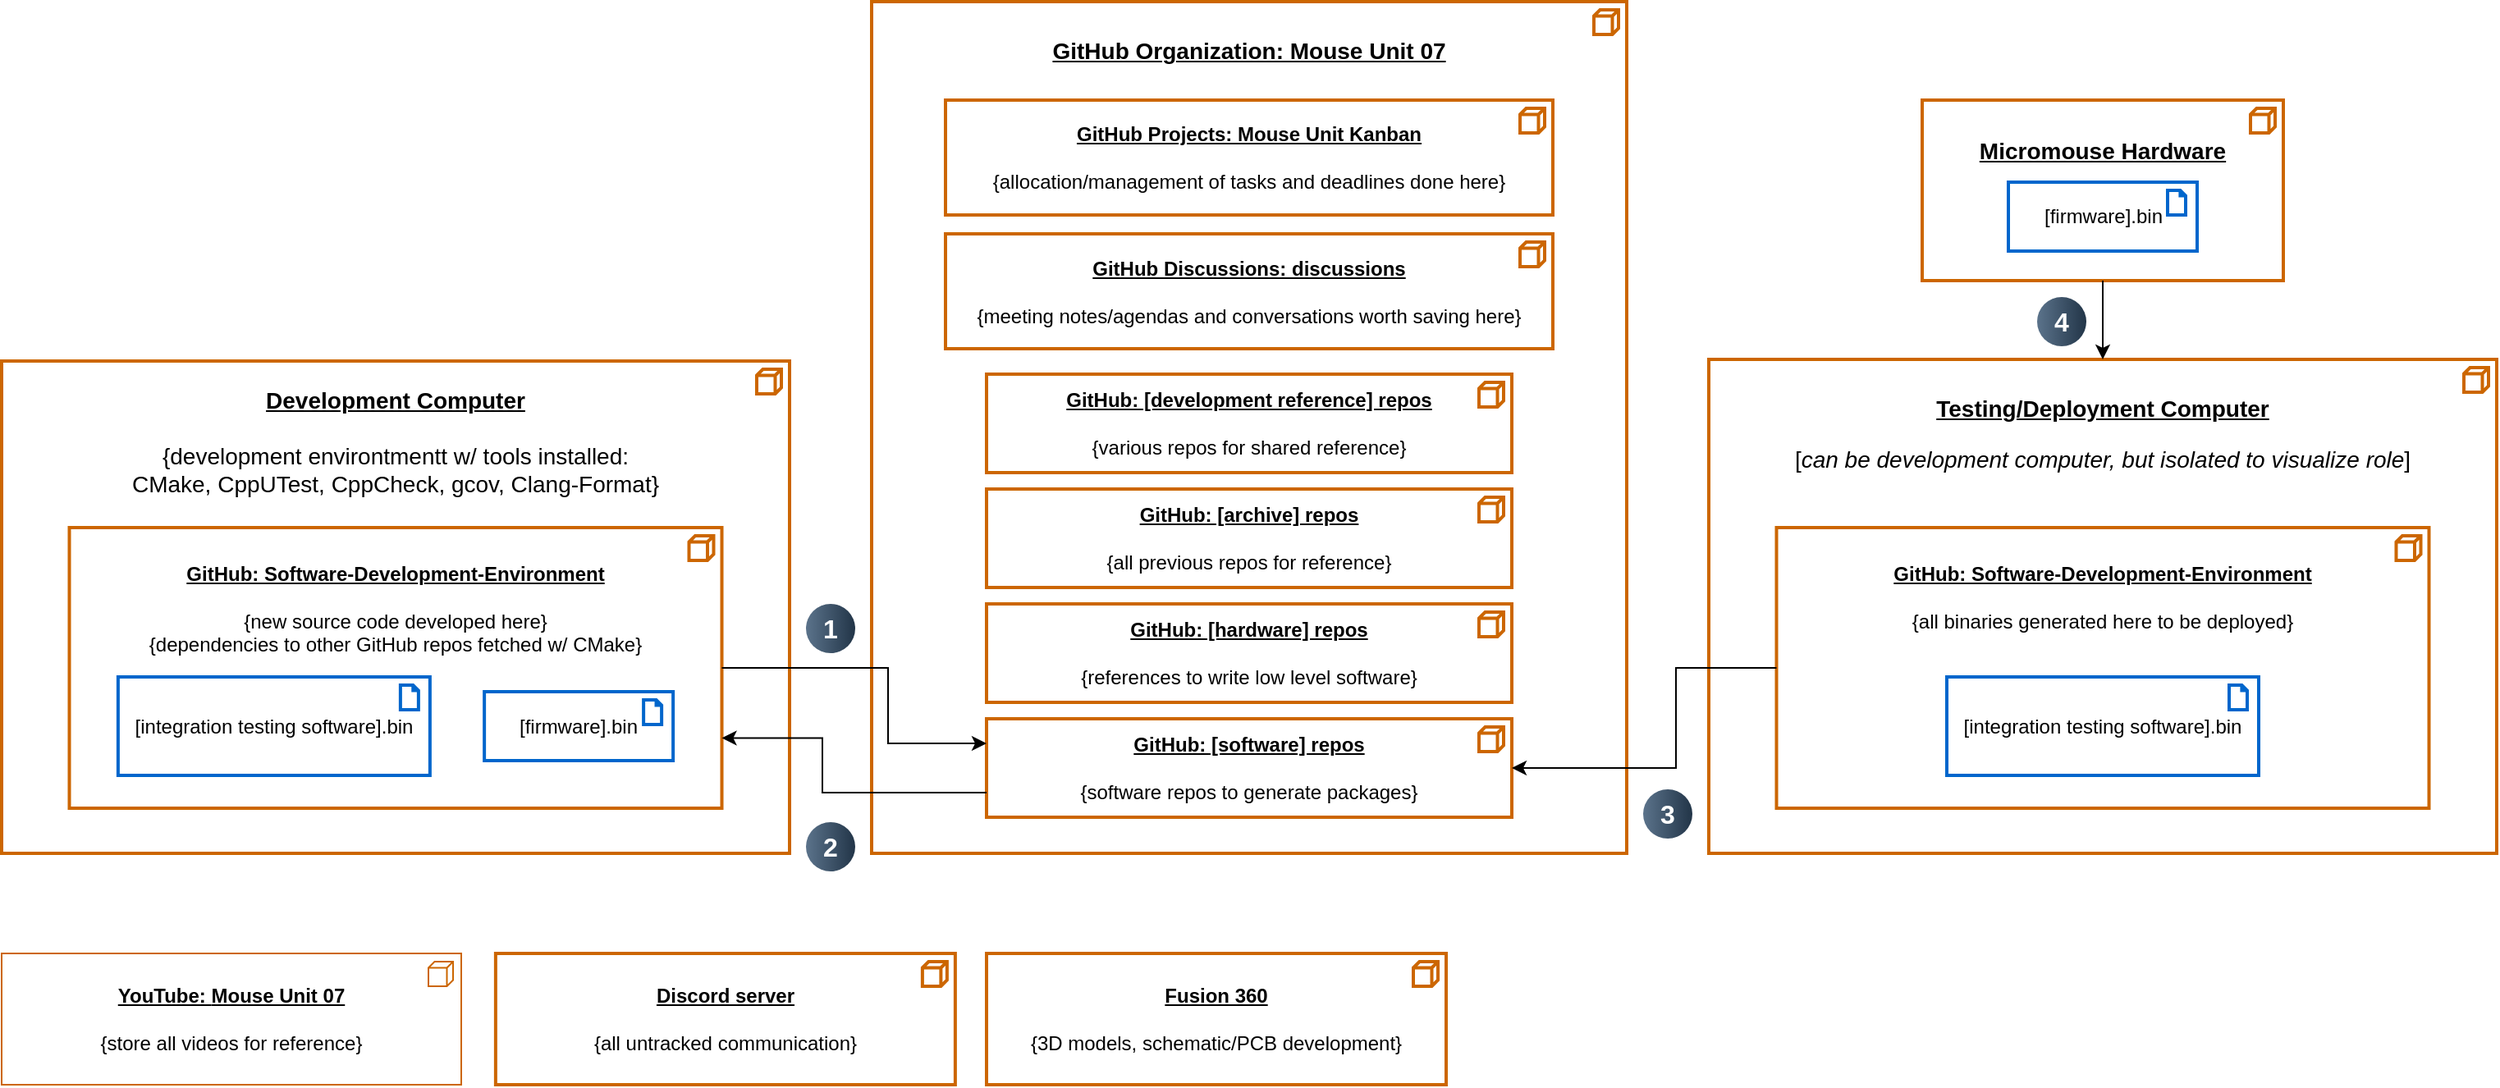
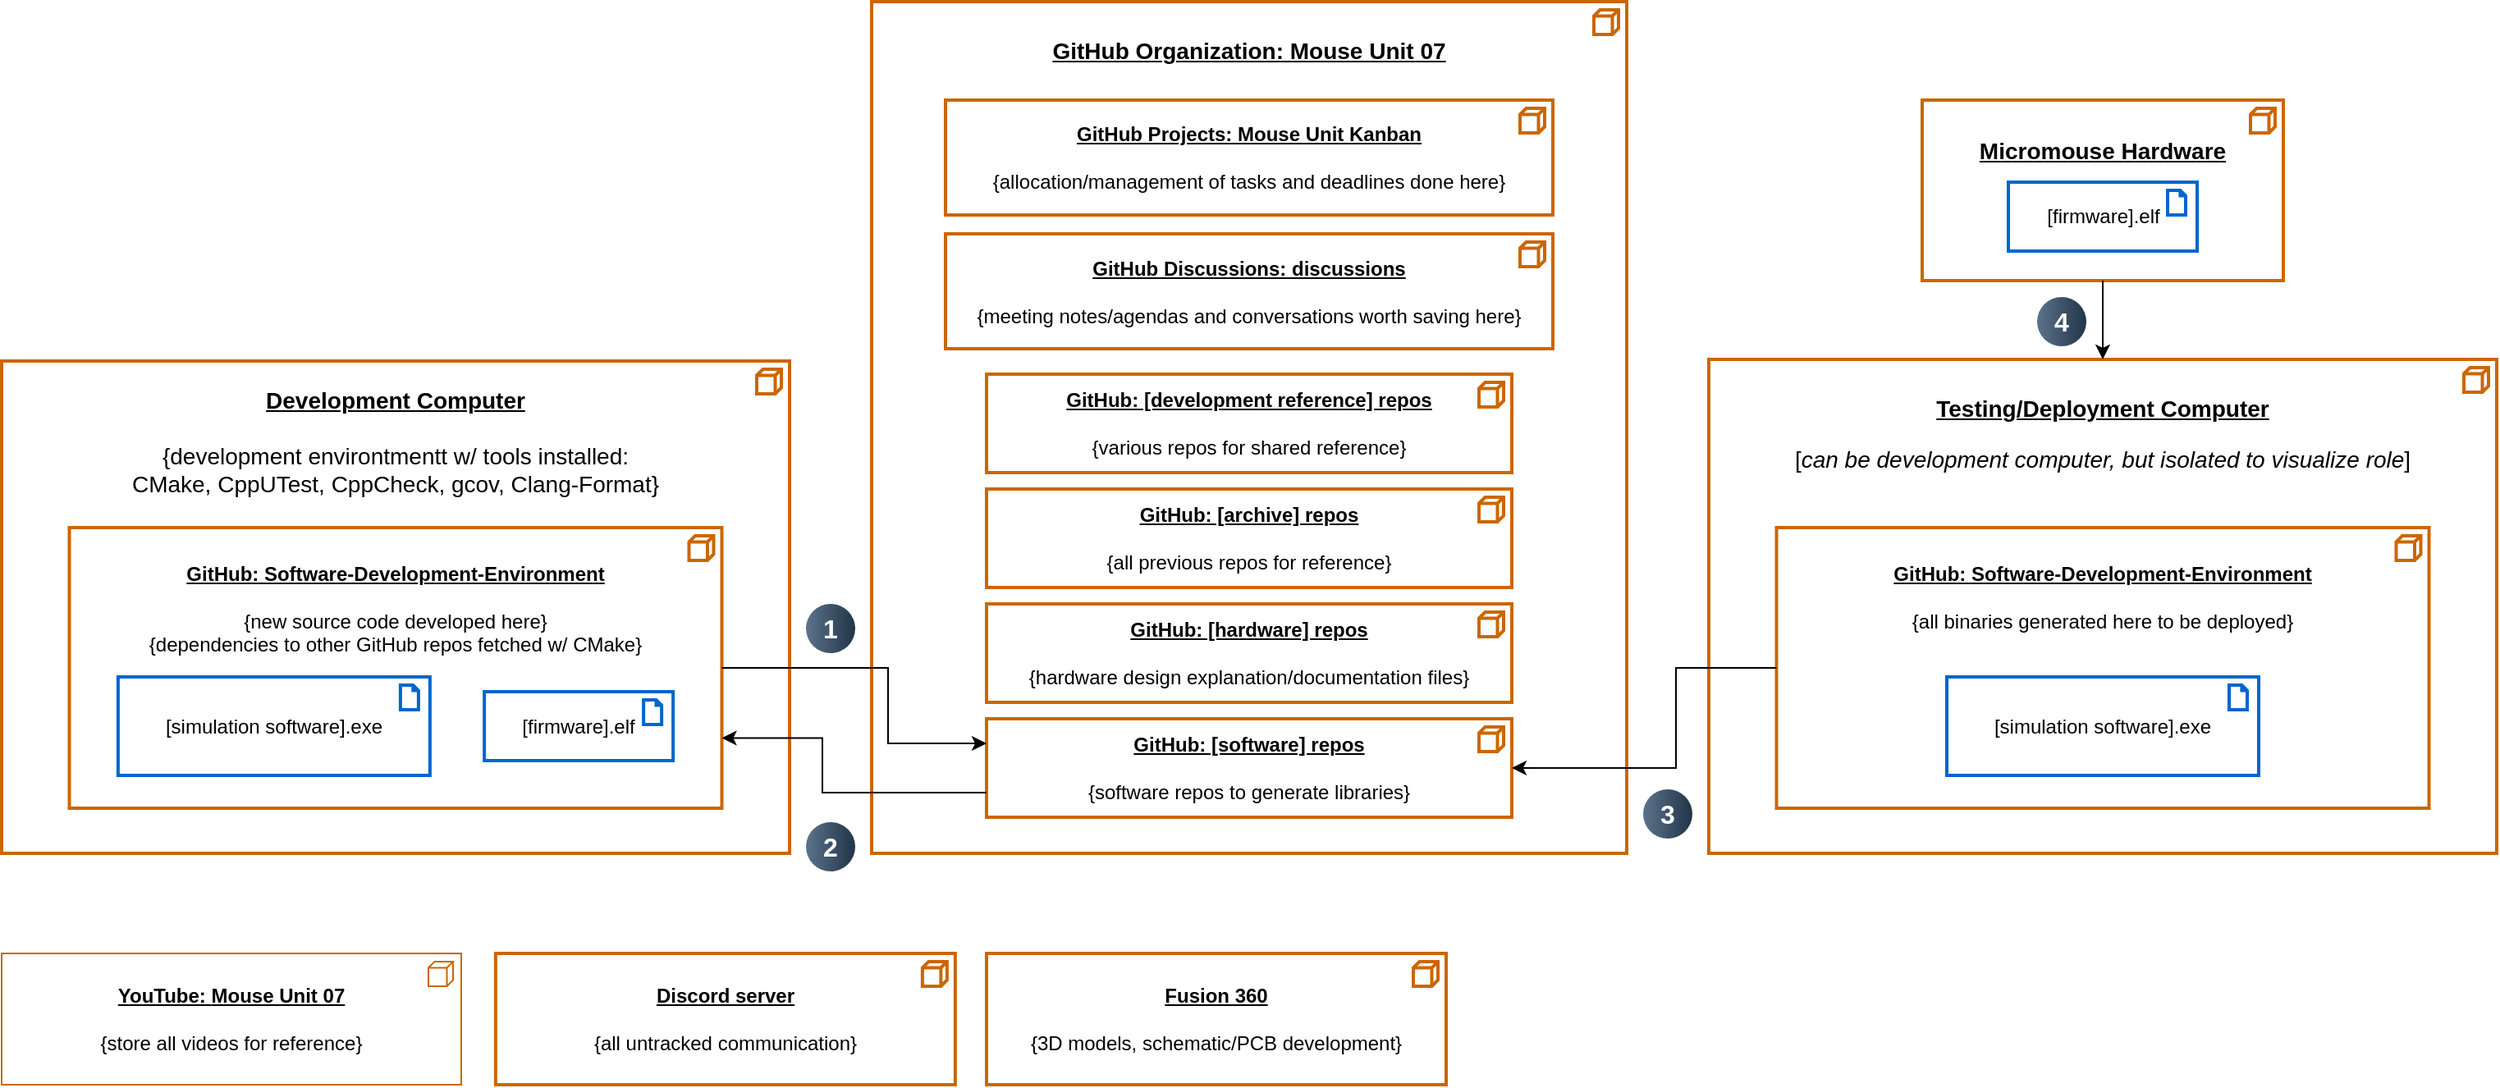
- <mxfile host="Electron" agent="Mozilla/5.0 (Windows NT 10.0; Win64; x64) AppleWebKit/537.36 (KHTML, like Gecko) draw.io/29.3.0 Chrome/140.0.7339.249 Electron/38.7.2 Safari/537.36" version="29.3.0">
+ <mxfile host="Electron" agent="Mozilla/5.0 (Windows NT 10.0; Win64; x64) AppleWebKit/537.36 (KHTML, like Gecko) draw.io/29.3.0 Chrome/140.0.7339.249 Electron/38.7.2 Safari/537.36">
  <diagram name="Page-1" id="e9XtBL2jhPyyOtfbMZeg">
-     <mxGraphModel dx="1303" dy="783" grid="1" gridSize="10" guides="1" tooltips="1" connect="1" arrows="1" fold="1" page="1" pageScale="1" pageWidth="850" pageHeight="1100" math="0" shadow="0">
+     <mxGraphModel dx="1288" dy="783" grid="1" gridSize="10" guides="1" tooltips="1" connect="1" arrows="1" fold="1" page="1" pageScale="1" pageWidth="850" pageHeight="1100" math="0" shadow="0">
      <root>
        <mxCell id="0" />
        <mxCell id="1" parent="0" />
        <mxCell id="EkDYPHhw-KNSJjigWxGY-2" parent="1" style="html=1;outlineConnect=0;whiteSpace=wrap;fillColor=none;shape=mxgraph.archimate.application;appType=node;align=center;strokeColor=#CC6600;strokeWidth=2;" value="&lt;div style=&quot;&quot;&gt;&lt;b style=&quot;background-color: transparent; color: light-dark(rgb(0, 0, 0), rgb(255, 255, 255));&quot;&gt;&lt;u&gt;&lt;font style=&quot;font-size: 14px;&quot;&gt;GitHub Organization: Mouse Unit 07&lt;/font&gt;&lt;/u&gt;&lt;/b&gt;&lt;/div&gt;&lt;blockquote style=&quot;margin: 0 0 0 40px; border: none; padding: 0px;&quot;&gt;&lt;blockquote style=&quot;margin: 0px 0px 0px 40px; border: none; padding: 0px;&quot;&gt;&lt;b&gt;&lt;u&gt;&lt;br&gt;&lt;/u&gt;&lt;/b&gt;&lt;/blockquote&gt;&lt;blockquote style=&quot;margin: 0 0 0 40px; border: none; padding: 0px;&quot;&gt;&lt;b&gt;&lt;u&gt;&lt;br&gt;&lt;/u&gt;&lt;/b&gt;&lt;/blockquote&gt;&lt;blockquote style=&quot;margin: 0 0 0 40px; border: none; padding: 0px;&quot;&gt;&lt;b&gt;&lt;u&gt;&lt;br&gt;&lt;/u&gt;&lt;/b&gt;&lt;/blockquote&gt;&lt;blockquote style=&quot;margin: 0 0 0 40px; border: none; padding: 0px;&quot;&gt;&lt;b&gt;&lt;u&gt;&lt;br&gt;&lt;/u&gt;&lt;/b&gt;&lt;/blockquote&gt;&lt;blockquote style=&quot;margin: 0 0 0 40px; border: none; padding: 0px;&quot;&gt;&lt;b&gt;&lt;u&gt;&lt;br&gt;&lt;/u&gt;&lt;/b&gt;&lt;/blockquote&gt;&lt;blockquote style=&quot;margin: 0 0 0 40px; border: none; padding: 0px;&quot;&gt;&lt;b&gt;&lt;u&gt;&lt;br&gt;&lt;/u&gt;&lt;/b&gt;&lt;/blockquote&gt;&lt;blockquote style=&quot;margin: 0 0 0 40px; border: none; padding: 0px;&quot;&gt;&lt;b&gt;&lt;u&gt;&lt;br&gt;&lt;/u&gt;&lt;/b&gt;&lt;/blockquote&gt;&lt;blockquote style=&quot;margin: 0 0 0 40px; border: none; padding: 0px;&quot;&gt;&lt;br&gt;&lt;/blockquote&gt;&lt;blockquote style=&quot;margin: 0 0 0 40px; border: none; padding: 0px;&quot;&gt;&lt;b&gt;&lt;u&gt;&lt;br&gt;&lt;/u&gt;&lt;/b&gt;&lt;/blockquote&gt;&lt;blockquote style=&quot;margin: 0 0 0 40px; border: none; padding: 0px;&quot;&gt;&lt;b&gt;&lt;u&gt;&lt;br&gt;&lt;/u&gt;&lt;/b&gt;&lt;/blockquote&gt;&lt;blockquote style=&quot;margin: 0 0 0 40px; border: none; padding: 0px;&quot;&gt;&lt;b&gt;&lt;u&gt;&lt;br&gt;&lt;/u&gt;&lt;/b&gt;&lt;/blockquote&gt;&lt;blockquote style=&quot;margin: 0 0 0 40px; border: none; padding: 0px;&quot;&gt;&lt;b&gt;&lt;u&gt;&lt;br&gt;&lt;/u&gt;&lt;/b&gt;&lt;/blockquote&gt;&lt;blockquote style=&quot;margin: 0 0 0 40px; border: none; padding: 0px;&quot;&gt;&lt;b&gt;&lt;u&gt;&lt;br&gt;&lt;/u&gt;&lt;/b&gt;&lt;/blockquote&gt;&lt;blockquote style=&quot;margin: 0 0 0 40px; border: none; padding: 0px;&quot;&gt;&lt;b&gt;&lt;u&gt;&lt;br&gt;&lt;/u&gt;&lt;/b&gt;&lt;/blockquote&gt;&lt;blockquote style=&quot;margin: 0 0 0 40px; border: none; padding: 0px;&quot;&gt;&lt;b&gt;&lt;u&gt;&lt;br&gt;&lt;/u&gt;&lt;/b&gt;&lt;/blockquote&gt;&lt;blockquote style=&quot;margin: 0 0 0 40px; border: none; padding: 0px;&quot;&gt;&lt;b&gt;&lt;u&gt;&lt;br&gt;&lt;/u&gt;&lt;/b&gt;&lt;/blockquote&gt;&lt;blockquote style=&quot;margin: 0 0 0 40px; border: none; padding: 0px;&quot;&gt;&lt;b&gt;&lt;u&gt;&lt;br&gt;&lt;/u&gt;&lt;/b&gt;&lt;/blockquote&gt;&lt;blockquote style=&quot;margin: 0 0 0 40px; border: none; padding: 0px;&quot;&gt;&lt;b&gt;&lt;u&gt;&lt;br&gt;&lt;/u&gt;&lt;/b&gt;&lt;/blockquote&gt;&lt;blockquote style=&quot;margin: 0 0 0 40px; border: none; padding: 0px;&quot;&gt;&lt;b&gt;&lt;u&gt;&lt;br&gt;&lt;/u&gt;&lt;/b&gt;&lt;/blockquote&gt;&lt;blockquote style=&quot;margin: 0 0 0 40px; border: none; padding: 0px;&quot;&gt;&lt;b&gt;&lt;u&gt;&lt;br&gt;&lt;/u&gt;&lt;/b&gt;&lt;/blockquote&gt;&lt;blockquote style=&quot;margin: 0 0 0 40px; border: none; padding: 0px;&quot;&gt;&lt;b&gt;&lt;u&gt;&lt;br&gt;&lt;/u&gt;&lt;/b&gt;&lt;/blockquote&gt;&lt;blockquote style=&quot;margin: 0 0 0 40px; border: none; padding: 0px;&quot;&gt;&lt;b&gt;&lt;u&gt;&lt;br&gt;&lt;/u&gt;&lt;/b&gt;&lt;/blockquote&gt;&lt;blockquote style=&quot;margin: 0 0 0 40px; border: none; padding: 0px;&quot;&gt;&lt;b&gt;&lt;u&gt;&lt;br&gt;&lt;/u&gt;&lt;/b&gt;&lt;/blockquote&gt;&lt;blockquote style=&quot;margin: 0 0 0 40px; border: none; padding: 0px;&quot;&gt;&lt;b&gt;&lt;u&gt;&lt;br&gt;&lt;/u&gt;&lt;/b&gt;&lt;/blockquote&gt;&lt;blockquote style=&quot;margin: 0 0 0 40px; border: none; padding: 0px;&quot;&gt;&lt;b&gt;&lt;u&gt;&lt;br&gt;&lt;/u&gt;&lt;/b&gt;&lt;/blockquote&gt;&lt;blockquote style=&quot;margin: 0 0 0 40px; border: none; padding: 0px;&quot;&gt;&lt;b&gt;&lt;u&gt;&lt;br&gt;&lt;/u&gt;&lt;/b&gt;&lt;/blockquote&gt;&lt;blockquote style=&quot;margin: 0 0 0 40px; border: none; padding: 0px;&quot;&gt;&lt;b&gt;&lt;u&gt;&lt;br&gt;&lt;/u&gt;&lt;/b&gt;&lt;/blockquote&gt;&lt;blockquote style=&quot;margin: 0 0 0 40px; border: none; padding: 0px;&quot;&gt;&lt;b&gt;&lt;u&gt;&lt;br&gt;&lt;/u&gt;&lt;/b&gt;&lt;/blockquote&gt;&lt;blockquote style=&quot;margin: 0 0 0 40px; border: none; padding: 0px;&quot;&gt;&lt;b&gt;&lt;u&gt;&lt;br&gt;&lt;/u&gt;&lt;/b&gt;&lt;/blockquote&gt;&lt;blockquote style=&quot;margin: 0 0 0 40px; border: none; padding: 0px;&quot;&gt;&lt;b&gt;&lt;u&gt;&lt;br&gt;&lt;/u&gt;&lt;/b&gt;&lt;/blockquote&gt;&lt;blockquote style=&quot;margin: 0 0 0 40px; border: none; padding: 0px;&quot;&gt;&lt;b&gt;&lt;u&gt;&lt;br&gt;&lt;/u&gt;&lt;/b&gt;&lt;/blockquote&gt;&lt;blockquote style=&quot;margin: 0 0 0 40px; border: none; padding: 0px;&quot;&gt;&lt;br&gt;&lt;/blockquote&gt;&lt;/blockquote&gt;" vertex="1">
          <mxGeometry height="519" width="460" x="590" y="90" as="geometry" />
        </mxCell>
        <mxCell id="EkDYPHhw-KNSJjigWxGY-4" parent="1" style="html=1;outlineConnect=0;whiteSpace=wrap;fillColor=none;shape=mxgraph.archimate.application;appType=node;align=center;strokeColor=#CC6600;strokeWidth=2;" value="&lt;b&gt;&lt;u&gt;GitHub Projects: Mouse Unit Kanban&lt;/u&gt;&lt;/b&gt;&lt;b&gt;&lt;u&gt;&lt;br&gt;&lt;/u&gt;&lt;/b&gt;&lt;span style=&quot;background-color: transparent; color: light-dark(rgb(0, 0, 0), rgb(255, 255, 255));&quot;&gt;&lt;br&gt;{allocation/management of tasks and deadlines done here}&lt;/span&gt;" vertex="1">
          <mxGeometry height="70" width="370" x="635" y="150" as="geometry" />
        </mxCell>
-         <mxCell id="ZBorQev55Vk7wjFXjuuA-1" parent="1" style="html=1;outlineConnect=0;whiteSpace=wrap;fillColor=none;shape=mxgraph.archimate.application;appType=node;align=center;strokeColor=#CC6600;strokeWidth=2;" value="&lt;b&gt;&lt;u&gt;GitHub: [software] repos&lt;br&gt;&lt;/u&gt;&lt;/b&gt;&lt;br&gt;&lt;span style=&quot;background-color: transparent; color: light-dark(rgb(0, 0, 0), rgb(255, 255, 255));&quot;&gt;{software repos to generate packages}&lt;/span&gt;" vertex="1">
+         <mxCell id="ZBorQev55Vk7wjFXjuuA-1" parent="1" style="html=1;outlineConnect=0;whiteSpace=wrap;fillColor=none;shape=mxgraph.archimate.application;appType=node;align=center;strokeColor=#CC6600;strokeWidth=2;" value="&lt;b&gt;&lt;u&gt;GitHub: [software] repos&lt;br&gt;&lt;/u&gt;&lt;/b&gt;&lt;br&gt;&lt;span style=&quot;background-color: transparent; color: light-dark(rgb(0, 0, 0), rgb(255, 255, 255));&quot;&gt;{software repos to generate libraries}&lt;/span&gt;" vertex="1">
          <mxGeometry height="60" width="320" x="660" y="527" as="geometry" />
        </mxCell>
        <mxCell id="ZBorQev55Vk7wjFXjuuA-5" parent="1" style="html=1;outlineConnect=0;whiteSpace=wrap;fillColor=none;shape=mxgraph.archimate.application;appType=node;align=center;strokeColor=#CC6600;strokeWidth=2;" value="&lt;b&gt;&lt;u&gt;GitHub: [development reference] repos&lt;/u&gt;&lt;/b&gt;&lt;div&gt;&lt;br&gt;&lt;span style=&quot;background-color: transparent; color: light-dark(rgb(0, 0, 0), rgb(255, 255, 255));&quot;&gt;{various repos for shared reference}&lt;/span&gt;&lt;/div&gt;" vertex="1">
          <mxGeometry height="60" width="320" x="660" y="317" as="geometry" />
        </mxCell>
-         <mxCell id="ZBorQev55Vk7wjFXjuuA-6" parent="1" style="html=1;outlineConnect=0;whiteSpace=wrap;fillColor=none;shape=mxgraph.archimate.application;appType=node;align=center;strokeColor=#CC6600;strokeWidth=2;" value="&lt;b&gt;&lt;u&gt;GitHub: [hardware] repos&lt;br&gt;&lt;/u&gt;&lt;/b&gt;&lt;br&gt;&lt;span style=&quot;background-color: transparent; color: light-dark(rgb(0, 0, 0), rgb(255, 255, 255));&quot;&gt;{references to write low level software}&lt;/span&gt;" vertex="1">
+         <mxCell id="ZBorQev55Vk7wjFXjuuA-6" parent="1" style="html=1;outlineConnect=0;whiteSpace=wrap;fillColor=none;shape=mxgraph.archimate.application;appType=node;align=center;strokeColor=#CC6600;strokeWidth=2;" value="&lt;b&gt;&lt;u&gt;GitHub: [hardware] repos&lt;br&gt;&lt;/u&gt;&lt;/b&gt;&lt;br&gt;&lt;span style=&quot;background-color: transparent; color: light-dark(rgb(0, 0, 0), rgb(255, 255, 255));&quot;&gt;{hardware design explanation/documentation files}&lt;/span&gt;" vertex="1">
          <mxGeometry height="60" width="320" x="660" y="457" as="geometry" />
        </mxCell>
        <mxCell id="ZBorQev55Vk7wjFXjuuA-7" parent="1" style="html=1;outlineConnect=0;whiteSpace=wrap;fillColor=none;shape=mxgraph.archimate.application;appType=node;align=center;strokeColor=#CC6600;strokeWidth=2;" value="&lt;b&gt;&lt;u&gt;GitHub: [archive] repos&lt;br&gt;&lt;/u&gt;&lt;/b&gt;&lt;br&gt;&lt;span style=&quot;background-color: transparent; color: light-dark(rgb(0, 0, 0), rgb(255, 255, 255));&quot;&gt;{all previous repos for reference}&lt;/span&gt;" vertex="1">
          <mxGeometry height="60" width="320" x="660" y="387" as="geometry" />
        </mxCell>
        <mxCell id="ZBorQev55Vk7wjFXjuuA-12" parent="1" style="html=1;outlineConnect=0;whiteSpace=wrap;fillColor=none;shape=mxgraph.archimate.application;appType=node;align=center;strokeColor=#CC6600;strokeWidth=2;" value="&lt;span style=&quot;font-size: 14px;&quot;&gt;&lt;b&gt;&lt;u&gt;Development Computer&lt;/u&gt;&lt;/b&gt;&lt;/span&gt;&lt;div&gt;&lt;span style=&quot;font-size: 14px;&quot;&gt;&lt;b&gt;&lt;u&gt;&lt;br&gt;&lt;/u&gt;&lt;/b&gt;&lt;/span&gt;&lt;div&gt;&lt;div&gt;&lt;font style=&quot;font-size: 14px;&quot;&gt;&lt;span style=&quot;background-color: transparent; color: light-dark(rgb(0, 0, 0), rgb(255, 255, 255));&quot;&gt;{development environtmentt w/ tools&amp;nbsp;&lt;/span&gt;&lt;span style=&quot;background-color: transparent; color: light-dark(rgb(0, 0, 0), rgb(255, 255, 255));&quot;&gt;installed&lt;/span&gt;&lt;span style=&quot;background-color: transparent; color: light-dark(rgb(0, 0, 0), rgb(255, 255, 255));&quot;&gt;:&lt;/span&gt;&lt;/font&gt;&lt;/div&gt;&lt;div&gt;&lt;span style=&quot;background-color: transparent; color: light-dark(rgb(0, 0, 0), rgb(255, 255, 255));&quot;&gt;&lt;font style=&quot;font-size: 14px;&quot;&gt;CMake, CppUTest, CppCheck, gcov, Clang-Format}&lt;/font&gt;&lt;/span&gt;&lt;/div&gt;&lt;div&gt;&lt;br&gt;&lt;/div&gt;&lt;div&gt;&lt;font size=&quot;3&quot;&gt;&lt;br&gt;&lt;/font&gt;&lt;/div&gt;&lt;div&gt;&lt;span style=&quot;font-size: 14px;&quot;&gt;&lt;br&gt;&lt;/span&gt;&lt;/div&gt;&lt;div&gt;&lt;span style=&quot;font-size: 14px;&quot;&gt;&lt;br&gt;&lt;/span&gt;&lt;/div&gt;&lt;div&gt;&lt;span style=&quot;font-size: 14px;&quot;&gt;&lt;br&gt;&lt;/span&gt;&lt;/div&gt;&lt;div&gt;&lt;span style=&quot;font-size: 14px;&quot;&gt;&lt;br&gt;&lt;/span&gt;&lt;/div&gt;&lt;div&gt;&lt;span style=&quot;font-size: 14px;&quot;&gt;&lt;br&gt;&lt;/span&gt;&lt;/div&gt;&lt;div&gt;&lt;span style=&quot;font-size: 14px;&quot;&gt;&lt;br&gt;&lt;/span&gt;&lt;/div&gt;&lt;div&gt;&lt;span style=&quot;font-size: 14px;&quot;&gt;&lt;br&gt;&lt;/span&gt;&lt;/div&gt;&lt;div&gt;&lt;span style=&quot;font-size: 14px;&quot;&gt;&lt;br&gt;&lt;/span&gt;&lt;/div&gt;&lt;div&gt;&lt;span style=&quot;font-size: 14px;&quot;&gt;&lt;br&gt;&lt;/span&gt;&lt;/div&gt;&lt;div&gt;&lt;span style=&quot;font-size: 14px;&quot;&gt;&lt;br&gt;&lt;/span&gt;&lt;/div&gt;&lt;/div&gt;&lt;/div&gt;" vertex="1">
          <mxGeometry height="300" width="480" x="60" y="309" as="geometry" />
        </mxCell>
        <mxCell id="ZBorQev55Vk7wjFXjuuA-14" parent="1" style="html=1;outlineConnect=0;whiteSpace=wrap;fillColor=none;shape=mxgraph.archimate.application;appType=node;align=center;strokeColor=#CC6600;strokeWidth=2;" value="&lt;span style=&quot;font-size: 14px;&quot;&gt;&lt;b&gt;&lt;u&gt;Micromouse Hardware&lt;/u&gt;&lt;/b&gt;&lt;/span&gt;&lt;div&gt;&lt;span style=&quot;font-size: 14px; background-color: transparent; color: light-dark(rgb(0, 0, 0), rgb(255, 255, 255));&quot;&gt;&lt;br&gt;&lt;/span&gt;&lt;/div&gt;&lt;div&gt;&lt;span style=&quot;font-size: 14px; background-color: transparent; color: light-dark(rgb(0, 0, 0), rgb(255, 255, 255));&quot;&gt;&lt;br&gt;&lt;/span&gt;&lt;/div&gt;&lt;div&gt;&lt;br&gt;&lt;/div&gt;" vertex="1">
          <mxGeometry height="110" width="220" x="1230" y="150" as="geometry" />
        </mxCell>
        <mxCell id="ZBorQev55Vk7wjFXjuuA-15" parent="1" style="html=1;outlineConnect=0;whiteSpace=wrap;fillColor=none;shape=mxgraph.archimate.application;appType=node;align=center;strokeColor=#CC6600;strokeWidth=2;" value="&lt;span style=&quot;background-color: transparent; color: light-dark(rgb(0, 0, 0), rgb(255, 255, 255));&quot;&gt;&lt;b&gt;&lt;u&gt;GitHub: Software-Development-Environment&lt;/u&gt;&lt;/b&gt;&lt;/span&gt;&lt;div&gt;&lt;span style=&quot;background-color: transparent; color: light-dark(rgb(0, 0, 0), rgb(255, 255, 255));&quot;&gt;&lt;br&gt;&lt;/span&gt;&lt;font&gt;&lt;span style=&quot;background-color: transparent; color: light-dark(rgb(0, 0, 0), rgb(255, 255, 255));&quot;&gt;{new source code developed here}&lt;/span&gt;&lt;br&gt;&lt;/font&gt;&lt;/div&gt;&lt;div&gt;&lt;span style=&quot;background-color: transparent; color: light-dark(rgb(0, 0, 0), rgb(255, 255, 255));&quot;&gt;{dependencies to other GitHub repos fetched w/ CMake}&lt;/span&gt;&lt;/div&gt;&lt;div&gt;&lt;span style=&quot;background-color: transparent; color: light-dark(rgb(0, 0, 0), rgb(255, 255, 255));&quot;&gt;&lt;br&gt;&lt;/span&gt;&lt;/div&gt;&lt;div&gt;&lt;span style=&quot;background-color: transparent; color: light-dark(rgb(0, 0, 0), rgb(255, 255, 255));&quot;&gt;&lt;br&gt;&lt;/span&gt;&lt;/div&gt;&lt;div&gt;&lt;span style=&quot;background-color: transparent; color: light-dark(rgb(0, 0, 0), rgb(255, 255, 255));&quot;&gt;&lt;br&gt;&lt;/span&gt;&lt;/div&gt;&lt;div&gt;&lt;span style=&quot;background-color: transparent; color: light-dark(rgb(0, 0, 0), rgb(255, 255, 255));&quot;&gt;&lt;br&gt;&lt;/span&gt;&lt;/div&gt;&lt;div&gt;&lt;span style=&quot;background-color: transparent; color: light-dark(rgb(0, 0, 0), rgb(255, 255, 255));&quot;&gt;&lt;br&gt;&lt;/span&gt;&lt;/div&gt;" vertex="1">
          <mxGeometry height="171" width="397.5" x="101.25" y="410.5" as="geometry" />
        </mxCell>
-         <mxCell id="ZBorQev55Vk7wjFXjuuA-17" parent="1" style="html=1;outlineConnect=0;whiteSpace=wrap;fillColor=none;shape=mxgraph.archimate3.application;appType=artifact;archiType=square;strokeColor=#0066CC;strokeWidth=2;" value="[firmware].bin" vertex="1">
+         <mxCell id="ZBorQev55Vk7wjFXjuuA-17" parent="1" style="html=1;outlineConnect=0;whiteSpace=wrap;fillColor=none;shape=mxgraph.archimate3.application;appType=artifact;archiType=square;strokeColor=#0066CC;strokeWidth=2;" value="[firmware].elf" vertex="1">
          <mxGeometry height="42" width="115" x="1282.5" y="200" as="geometry" />
        </mxCell>
-         <mxCell id="ZBorQev55Vk7wjFXjuuA-19" parent="1" style="html=1;outlineConnect=0;whiteSpace=wrap;fillColor=none;shape=mxgraph.archimate3.application;appType=artifact;archiType=square;strokeColor=#0066CC;strokeWidth=2;" value="[integration testing software].bin" vertex="1">
+         <mxCell id="ZBorQev55Vk7wjFXjuuA-19" parent="1" style="html=1;outlineConnect=0;whiteSpace=wrap;fillColor=none;shape=mxgraph.archimate3.application;appType=artifact;archiType=square;strokeColor=#0066CC;strokeWidth=2;" value="[simulation software].exe" vertex="1">
          <mxGeometry height="60" width="190" x="130.94000000000005" y="501.5" as="geometry" />
        </mxCell>
-         <mxCell id="ZBorQev55Vk7wjFXjuuA-20" parent="1" style="html=1;outlineConnect=0;whiteSpace=wrap;fillColor=none;shape=mxgraph.archimate3.application;appType=artifact;archiType=square;strokeColor=#0066CC;strokeWidth=2;" value="[firmware].bin" vertex="1">
+         <mxCell id="ZBorQev55Vk7wjFXjuuA-20" parent="1" style="html=1;outlineConnect=0;whiteSpace=wrap;fillColor=none;shape=mxgraph.archimate3.application;appType=artifact;archiType=square;strokeColor=#0066CC;strokeWidth=2;" value="[firmware].elf" vertex="1">
          <mxGeometry height="42" width="115" x="354.05999999999995" y="510.5" as="geometry" />
        </mxCell>
        <mxCell id="ZBorQev55Vk7wjFXjuuA-21" parent="1" style="html=1;outlineConnect=0;whiteSpace=wrap;fillColor=none;shape=mxgraph.archimate.application;appType=node;align=center;strokeColor=#CC6600;strokeWidth=2;" value="&lt;div style=&quot;&quot;&gt;&lt;b style=&quot;font-size: 14px; background-color: transparent; color: light-dark(rgb(0, 0, 0), rgb(255, 255, 255));&quot;&gt;&lt;u&gt;Testing/Deployment Computer&lt;/u&gt;&lt;/b&gt;&lt;/div&gt;&lt;div style=&quot;&quot;&gt;&lt;br&gt;&lt;/div&gt;&lt;span style=&quot;font-size: 14px; background-color: transparent; color: light-dark(rgb(0, 0, 0), rgb(255, 255, 255));&quot;&gt;&lt;div style=&quot;&quot;&gt;&lt;span style=&quot;background-color: transparent; color: light-dark(rgb(0, 0, 0), rgb(255, 255, 255));&quot;&gt;[&lt;/span&gt;&lt;i style=&quot;background-color: transparent; color: light-dark(rgb(0, 0, 0), rgb(255, 255, 255));&quot;&gt;can be development computer,&amp;nbsp;&lt;/i&gt;&lt;i style=&quot;background-color: transparent; color: light-dark(rgb(0, 0, 0), rgb(255, 255, 255));&quot;&gt;but isolated to visualize role&lt;/i&gt;&lt;span style=&quot;background-color: transparent; color: light-dark(rgb(0, 0, 0), rgb(255, 255, 255));&quot;&gt;]&lt;/span&gt;&lt;/div&gt;&lt;/span&gt;&lt;div style=&quot;&quot;&gt;&lt;span style=&quot;font-size: 14px;&quot;&gt;&lt;b&gt;&lt;u&gt;&lt;br&gt;&lt;/u&gt;&lt;/b&gt;&lt;/span&gt;&lt;/div&gt;&lt;div style=&quot;&quot;&gt;&lt;span style=&quot;font-size: 14px;&quot;&gt;&lt;b&gt;&lt;u&gt;&lt;br&gt;&lt;/u&gt;&lt;/b&gt;&lt;/span&gt;&lt;/div&gt;&lt;div style=&quot;&quot;&gt;&lt;span style=&quot;font-size: 14px;&quot;&gt;&lt;b&gt;&lt;u&gt;&lt;br&gt;&lt;/u&gt;&lt;/b&gt;&lt;/span&gt;&lt;/div&gt;&lt;div style=&quot;&quot;&gt;&lt;span style=&quot;font-size: 14px;&quot;&gt;&lt;b&gt;&lt;u&gt;&lt;br&gt;&lt;/u&gt;&lt;/b&gt;&lt;/span&gt;&lt;/div&gt;&lt;br&gt;&lt;blockquote style=&quot;margin: 0 0 0 40px; border: none; padding: 0px;&quot;&gt;&lt;br&gt;&lt;/blockquote&gt;&lt;blockquote style=&quot;margin: 0 0 0 40px; border: none; padding: 0px;&quot;&gt;&lt;br&gt;&lt;/blockquote&gt;&lt;blockquote style=&quot;margin: 0 0 0 40px; border: none; padding: 0px;&quot;&gt;&lt;br&gt;&lt;/blockquote&gt;&lt;blockquote style=&quot;margin: 0 0 0 40px; border: none; padding: 0px;&quot;&gt;&lt;br&gt;&lt;/blockquote&gt;&lt;blockquote style=&quot;margin: 0 0 0 40px; border: none; padding: 0px;&quot;&gt;&lt;br&gt;&lt;/blockquote&gt;&lt;blockquote style=&quot;margin: 0 0 0 40px; border: none; padding: 0px;&quot;&gt;&lt;br&gt;&lt;/blockquote&gt;&lt;blockquote style=&quot;margin: 0 0 0 40px; border: none; padding: 0px;&quot;&gt;&lt;br&gt;&lt;/blockquote&gt;&lt;blockquote style=&quot;margin: 0 0 0 40px; border: none; padding: 0px;&quot;&gt;&lt;br&gt;&lt;/blockquote&gt;&lt;blockquote style=&quot;margin: 0 0 0 40px; border: none; padding: 0px;&quot;&gt;&lt;br&gt;&lt;/blockquote&gt;" vertex="1">
          <mxGeometry height="301" width="480" x="1100" y="308" as="geometry" />
        </mxCell>
        <mxCell id="ZBorQev55Vk7wjFXjuuA-35" parent="1" style="ellipse;whiteSpace=wrap;html=1;aspect=fixed;rotation=0;gradientColor=#223548;strokeColor=none;gradientDirection=east;fillColor=#5b738b;rounded=0;pointerEvents=0;fontFamily=Helvetica;fontSize=16;fontColor=#FFFFFF;spacingTop=4;spacingBottom=4;spacingLeft=4;spacingRight=4;points=[];fontStyle=1" value="1" vertex="1">
          <mxGeometry height="30" width="30" x="550" y="457" as="geometry" />
        </mxCell>
        <mxCell id="ZBorQev55Vk7wjFXjuuA-36" parent="1" style="ellipse;whiteSpace=wrap;html=1;aspect=fixed;rotation=0;gradientColor=#223548;strokeColor=none;gradientDirection=east;fillColor=#5b738b;rounded=0;pointerEvents=0;fontFamily=Helvetica;fontSize=16;fontColor=#FFFFFF;spacingTop=4;spacingBottom=4;spacingLeft=4;spacingRight=4;points=[];fontStyle=1" value="2" vertex="1">
          <mxGeometry height="30" width="30" x="550" y="590" as="geometry" />
        </mxCell>
        <mxCell id="ZBorQev55Vk7wjFXjuuA-37" parent="1" style="ellipse;whiteSpace=wrap;html=1;aspect=fixed;rotation=0;gradientColor=#223548;strokeColor=none;gradientDirection=east;fillColor=#5b738b;rounded=0;pointerEvents=0;fontFamily=Helvetica;fontSize=16;fontColor=#FFFFFF;spacingTop=4;spacingBottom=4;spacingLeft=4;spacingRight=4;points=[];fontStyle=1" value="3" vertex="1">
          <mxGeometry height="30" width="30" x="1060" y="570" as="geometry" />
        </mxCell>
        <mxCell id="ZBorQev55Vk7wjFXjuuA-38" parent="1" style="ellipse;whiteSpace=wrap;html=1;aspect=fixed;rotation=0;gradientColor=#223548;strokeColor=none;gradientDirection=east;fillColor=#5b738b;rounded=0;pointerEvents=0;fontFamily=Helvetica;fontSize=16;fontColor=#FFFFFF;spacingTop=4;spacingBottom=4;spacingLeft=4;spacingRight=4;points=[];fontStyle=1" value="4" vertex="1">
          <mxGeometry height="30" width="30" x="1300" y="270" as="geometry" />
        </mxCell>
        <mxCell id="kp-O07dp35pFu7nzHczo-2" parent="1" style="html=1;outlineConnect=0;whiteSpace=wrap;fillColor=none;shape=mxgraph.archimate.application;appType=node;align=center;strokeColor=#CC6600;strokeWidth=2;" value="&lt;b&gt;&lt;u&gt;GitHub Discussions: discussions&lt;/u&gt;&lt;/b&gt;&lt;b&gt;&lt;u&gt;&lt;br&gt;&lt;/u&gt;&lt;/b&gt;&lt;span style=&quot;background-color: transparent; color: light-dark(rgb(0, 0, 0), rgb(255, 255, 255));&quot;&gt;&lt;br&gt;{meeting notes/agendas and conversations worth saving here}&lt;/span&gt;" vertex="1">
          <mxGeometry height="70" width="370" x="635" y="231.5" as="geometry" />
        </mxCell>
        <mxCell id="OIXbA-q24eOaw1Mk69oV-1" parent="1" style="html=1;outlineConnect=0;whiteSpace=wrap;fillColor=none;shape=mxgraph.archimate.application;appType=node;align=center;strokeColor=#CC6600;strokeWidth=2;" value="&lt;span style=&quot;background-color: transparent; color: light-dark(rgb(0, 0, 0), rgb(255, 255, 255));&quot;&gt;&lt;b&gt;&lt;u&gt;Discord server&lt;/u&gt;&lt;/b&gt;&lt;/span&gt;&lt;div&gt;&lt;span style=&quot;background-color: transparent; color: light-dark(rgb(0, 0, 0), rgb(255, 255, 255));&quot;&gt;&lt;br&gt;{all untracked communication&lt;/span&gt;&lt;span style=&quot;background-color: transparent; color: light-dark(rgb(0, 0, 0), rgb(255, 255, 255));&quot;&gt;}&lt;/span&gt;&lt;/div&gt;" vertex="1">
          <mxGeometry height="80" width="280" x="360.94" y="670" as="geometry" />
        </mxCell>
        <mxCell id="OIXbA-q24eOaw1Mk69oV-2" parent="1" style="html=1;outlineConnect=0;whiteSpace=wrap;fillColor=none;shape=mxgraph.archimate.application;appType=node;align=center;strokeColor=#CC6600;" value="&lt;span style=&quot;background-color: transparent; color: light-dark(rgb(0, 0, 0), rgb(255, 255, 255));&quot;&gt;&lt;b&gt;&lt;u&gt;YouTube:&amp;nbsp;&lt;/u&gt;&lt;/b&gt;&lt;/span&gt;&lt;b&gt;&lt;u&gt;Mouse Unit 07&lt;/u&gt;&lt;/b&gt;&lt;div&gt;&lt;span style=&quot;background-color: transparent; color: light-dark(rgb(0, 0, 0), rgb(255, 255, 255));&quot;&gt;&lt;br&gt;{store all videos for reference&lt;/span&gt;&lt;span style=&quot;background-color: transparent; color: light-dark(rgb(0, 0, 0), rgb(255, 255, 255));&quot;&gt;}&lt;/span&gt;&lt;/div&gt;" vertex="1">
          <mxGeometry height="80" width="280" x="60" y="670" as="geometry" />
        </mxCell>
        <mxCell id="OIXbA-q24eOaw1Mk69oV-3" parent="1" style="html=1;outlineConnect=0;whiteSpace=wrap;fillColor=none;shape=mxgraph.archimate.application;appType=node;align=center;strokeColor=#CC6600;strokeWidth=2;" value="&lt;span style=&quot;background-color: transparent; color: light-dark(rgb(0, 0, 0), rgb(255, 255, 255));&quot;&gt;&lt;b&gt;&lt;u&gt;Fusion 360&lt;/u&gt;&lt;/b&gt;&lt;/span&gt;&lt;div&gt;&lt;span style=&quot;background-color: transparent; color: light-dark(rgb(0, 0, 0), rgb(255, 255, 255));&quot;&gt;&lt;br&gt;{3D models, schematic/PCB development&lt;/span&gt;&lt;span style=&quot;background-color: transparent; color: light-dark(rgb(0, 0, 0), rgb(255, 255, 255));&quot;&gt;}&lt;/span&gt;&lt;/div&gt;" vertex="1">
          <mxGeometry height="80" width="280" x="660" y="670" as="geometry" />
        </mxCell>
        <mxCell id="fanAxC833oE1xh6Va0iM-1" edge="1" parent="1" source="ZBorQev55Vk7wjFXjuuA-15" style="edgeStyle=orthogonalEdgeStyle;rounded=0;orthogonalLoop=1;jettySize=auto;html=1;entryX=0;entryY=0.25;entryDx=0;entryDy=0;entryPerimeter=0;" target="ZBorQev55Vk7wjFXjuuA-1">
          <mxGeometry relative="1" as="geometry">
            <Array as="points">
              <mxPoint x="600" y="496" />
              <mxPoint x="600" y="542" />
            </Array>
          </mxGeometry>
        </mxCell>
        <mxCell id="fanAxC833oE1xh6Va0iM-2" edge="1" parent="1" source="ZBorQev55Vk7wjFXjuuA-1" style="edgeStyle=orthogonalEdgeStyle;rounded=0;orthogonalLoop=1;jettySize=auto;html=1;entryX=1;entryY=0.75;entryDx=0;entryDy=0;entryPerimeter=0;exitX=0;exitY=0.75;exitDx=0;exitDy=0;exitPerimeter=0;" target="ZBorQev55Vk7wjFXjuuA-15">
          <mxGeometry relative="1" as="geometry">
            <Array as="points">
              <mxPoint x="560" y="572" />
              <mxPoint x="560" y="539" />
            </Array>
          </mxGeometry>
        </mxCell>
        <mxCell id="fanAxC833oE1xh6Va0iM-3" parent="1" style="html=1;outlineConnect=0;whiteSpace=wrap;fillColor=none;shape=mxgraph.archimate.application;appType=node;align=center;strokeColor=#CC6600;strokeWidth=2;" value="&lt;span style=&quot;background-color: transparent; color: light-dark(rgb(0, 0, 0), rgb(255, 255, 255));&quot;&gt;&lt;b&gt;&lt;u&gt;GitHub: Software-Development-Environment&lt;/u&gt;&lt;/b&gt;&lt;/span&gt;&lt;div&gt;&lt;span style=&quot;background-color: transparent; color: light-dark(rgb(0, 0, 0), rgb(255, 255, 255));&quot;&gt;&lt;br&gt;&lt;/span&gt;&lt;font&gt;&lt;span style=&quot;background-color: transparent; color: light-dark(rgb(0, 0, 0), rgb(255, 255, 255));&quot;&gt;{all binaries generated here to be deployed}&lt;/span&gt;&lt;br&gt;&lt;/font&gt;&lt;/div&gt;&lt;div&gt;&lt;br&gt;&lt;/div&gt;&lt;div&gt;&lt;span style=&quot;background-color: transparent; color: light-dark(rgb(0, 0, 0), rgb(255, 255, 255));&quot;&gt;&lt;br&gt;&lt;/span&gt;&lt;/div&gt;&lt;div&gt;&lt;span style=&quot;background-color: transparent; color: light-dark(rgb(0, 0, 0), rgb(255, 255, 255));&quot;&gt;&lt;br&gt;&lt;/span&gt;&lt;/div&gt;&lt;div&gt;&lt;span style=&quot;background-color: transparent; color: light-dark(rgb(0, 0, 0), rgb(255, 255, 255));&quot;&gt;&lt;br&gt;&lt;/span&gt;&lt;/div&gt;&lt;div&gt;&lt;span style=&quot;background-color: transparent; color: light-dark(rgb(0, 0, 0), rgb(255, 255, 255));&quot;&gt;&lt;br&gt;&lt;/span&gt;&lt;/div&gt;&lt;div&gt;&lt;span style=&quot;background-color: transparent; color: light-dark(rgb(0, 0, 0), rgb(255, 255, 255));&quot;&gt;&lt;br&gt;&lt;/span&gt;&lt;/div&gt;" vertex="1">
          <mxGeometry height="171" width="397.5" x="1141.25" y="410.5" as="geometry" />
        </mxCell>
-         <mxCell id="ZBorQev55Vk7wjFXjuuA-18" parent="1" style="html=1;outlineConnect=0;whiteSpace=wrap;fillColor=none;shape=mxgraph.archimate3.application;appType=artifact;archiType=square;strokeColor=#0066CC;strokeWidth=2;" value="[integration testing software].bin" vertex="1">
+         <mxCell id="ZBorQev55Vk7wjFXjuuA-18" parent="1" style="html=1;outlineConnect=0;whiteSpace=wrap;fillColor=none;shape=mxgraph.archimate3.application;appType=artifact;archiType=square;strokeColor=#0066CC;strokeWidth=2;" value="[simulation software].exe" vertex="1">
          <mxGeometry height="60" width="190" x="1245" y="501.5" as="geometry" />
        </mxCell>
        <mxCell id="fanAxC833oE1xh6Va0iM-4" edge="1" parent="1" source="fanAxC833oE1xh6Va0iM-3" style="edgeStyle=orthogonalEdgeStyle;rounded=0;orthogonalLoop=1;jettySize=auto;html=1;entryX=1;entryY=0.5;entryDx=0;entryDy=0;entryPerimeter=0;" target="ZBorQev55Vk7wjFXjuuA-1">
          <mxGeometry relative="1" as="geometry">
            <Array as="points">
              <mxPoint x="1080" y="496" />
              <mxPoint x="1080" y="557" />
            </Array>
          </mxGeometry>
        </mxCell>
        <mxCell id="fanAxC833oE1xh6Va0iM-5" edge="1" parent="1" source="ZBorQev55Vk7wjFXjuuA-14" style="edgeStyle=orthogonalEdgeStyle;rounded=0;orthogonalLoop=1;jettySize=auto;html=1;entryX=0.5;entryY=0;entryDx=0;entryDy=0;entryPerimeter=0;" target="ZBorQev55Vk7wjFXjuuA-21">
          <mxGeometry relative="1" as="geometry" />
        </mxCell>
      </root>
    </mxGraphModel>
  </diagram>
</mxfile>
